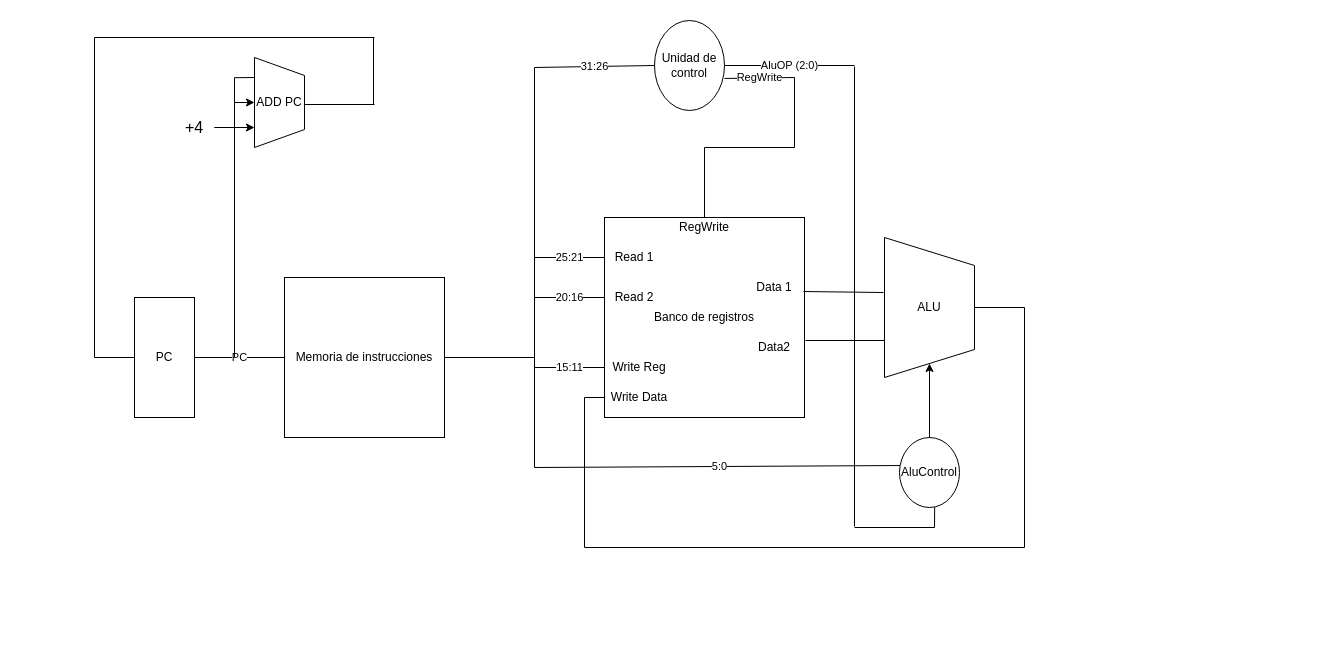
This is documentacion/drawio/Fase1(R no buffer).drawio from kwattt/MIPS-teams, a draw.io file, before an edit. Source tidied: cells renumbered, new cells numbered last; positions are measured from the earlier drawing's top-left corner, leaving out a move shared by most shapes. Both pictures are drawn from the tidied source at 100%, with x=0, y=0 at pixel (94, 20).
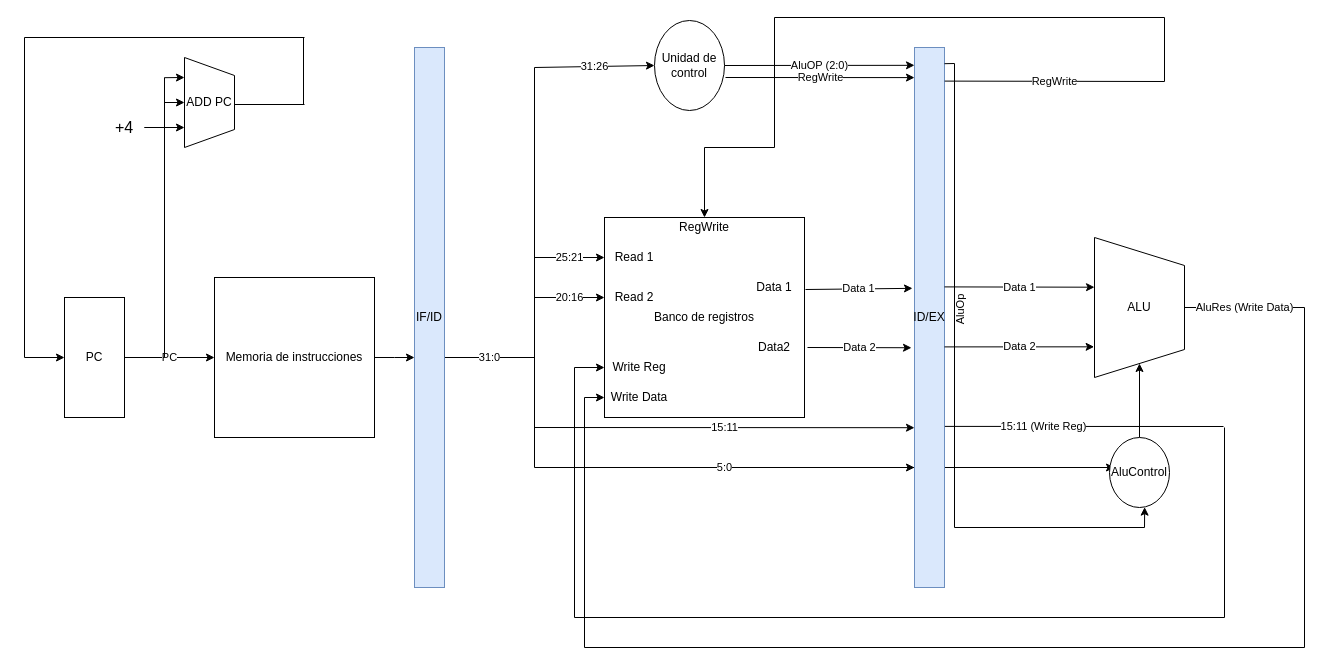
The same page after the edit.

Commit message (it also covers changes not shown here):
fase 1 buffer

Unchanged cells that the change refers to:
```xml
<mxCell id="18" value="Banco de registros" style="whiteSpace=wrap;html=1;" parent="1" vertex="1">
  <mxGeometry x="510" y="197" width="200" height="200" as="geometry" />
</mxCell>
<mxCell id="21" value="RegWrite" style="text;html=1;strokeColor=none;fillColor=none;align=center;verticalAlign=middle;whiteSpace=wrap;rounded=0;" parent="1" vertex="1">
  <mxGeometry x="590" y="197" width="40" height="20" as="geometry" />
</mxCell>
<mxCell id="22" value="Unidad de control" style="ellipse;whiteSpace=wrap;html=1;direction=south;" parent="1" vertex="1">
  <mxGeometry x="560" width="70" height="90" as="geometry" />
</mxCell>
<mxCell id="40" value="Write Data" style="text;html=1;strokeColor=none;fillColor=none;align=center;verticalAlign=middle;whiteSpace=wrap;rounded=0;" parent="1" vertex="1">
  <mxGeometry x="510" y="367" width="70" height="20" as="geometry" />
</mxCell>
<mxCell id="41" value="Write Reg" style="text;html=1;strokeColor=none;fillColor=none;align=center;verticalAlign=middle;whiteSpace=wrap;rounded=0;" parent="1" vertex="1">
  <mxGeometry x="510" y="337" width="70" height="20" as="geometry" />
</mxCell>
```

What changed in the source:
```diff
@@
+    <mxCell id="51" style="endArrow=classic;html=1;exitX=0.776;exitY=1.167;exitDx=0;exitDy=0;exitPerimeter=0;" parent="1" edge="1">
+      <mxGeometry relative="1" as="geometry">
+        <mxPoint x="815" y="447" as="sourcePoint" />
+        <mxPoint x="1020" y="447" as="targetPoint" />
+      </mxGeometry>
+    </mxCell>
     <mxCell id="2" value="PC" style="rounded=0;whiteSpace=wrap;html=1;direction=south;" parent="1" vertex="1">
-      <mxGeometry x="40" y="277" width="60" height="120" as="geometry" />
+      <mxGeometry x="-30" y="277" width="60" height="120" as="geometry" />
     </mxCell>
+    <mxCell id="52" style="edgeStyle=orthogonalEdgeStyle;rounded=0;jettySize=auto;html=1;" parent="1" edge="1" source="3">
+      <mxGeometry relative="1" as="geometry">
+        <mxPoint x="320" y="337" as="targetPoint" />
+      </mxGeometry>
+    </mxCell>
     <mxCell id="3" value="Memoria de instrucciones" style="whiteSpace=wrap;html=1;" parent="1" vertex="1">
-      <mxGeometry x="190" y="257" width="160" height="160" as="geometry" />
+      <mxGeometry x="120" y="257" width="160" height="160" as="geometry" />
     </mxCell>
-    <mxCell id="4" value="PC" style="endArrow=none;html=1;entryX=0;entryY=0.5;entryDx=0;entryDy=0;" parent="1" edge="1" source="2" target="3">
+    <mxCell id="4" value="PC" style="endArrow=classic;html=1;entryX=0;entryY=0.5;entryDx=0;entryDy=0;" parent="1" edge="1" source="2" target="3">
       <mxGeometry relative="1" as="geometry" />
     </mxCell>
     <mxCell id="5" style="endArrow=none;html=1;" parent="1" edge="1">
       <mxGeometry relative="1" as="geometry">
-        <mxPoint x="140" y="337" as="sourcePoint" />
-        <mxPoint x="140" y="157" as="targetPoint" />
+        <mxPoint x="70" y="337" as="sourcePoint" />
+        <mxPoint x="70" y="157" as="targetPoint" />
       </mxGeometry>
     </mxCell>
-    <mxCell id="6" style="endArrow=none;html=1;entryX=0;entryY=0.25;entryDx=0;entryDy=0;" parent="1" edge="1">
+    <mxCell id="6" style="endArrow=classic;html=1;entryX=0;entryY=0.25;entryDx=0;entryDy=0;" parent="1" edge="1">
       <mxGeometry relative="1" as="geometry">
-        <mxPoint x="140" y="57.2" as="sourcePoint" />
-        <mxPoint x="160" y="57" as="targetPoint" />
+        <mxPoint x="70" y="57.2" as="sourcePoint" />
+        <mxPoint x="90" y="57" as="targetPoint" />
       </mxGeometry>
     </mxCell>
     <mxCell id="7" style="endArrow=none;html=1;" parent="1" edge="1">
       <mxGeometry relative="1" as="geometry">
-        <mxPoint x="140" y="57" as="sourcePoint" />
-        <mxPoint x="140" y="159" as="targetPoint" />
+        <mxPoint x="70" y="57" as="sourcePoint" />
+        <mxPoint x="70" y="159" as="targetPoint" />
       </mxGeometry>
     </mxCell>
     <mxCell id="8" style="endArrow=none;html=1;entryX=0.5;entryY=0;entryDx=0;entryDy=0;" parent="1" edge="1">
       <mxGeometry relative="1" as="geometry">
-        <mxPoint x="280" y="84" as="sourcePoint" />
-        <mxPoint x="210" y="84" as="targetPoint" />
+        <mxPoint x="210" y="84" as="sourcePoint" />
+        <mxPoint x="140" y="84" as="targetPoint" />
       </mxGeometry>
     </mxCell>
-    <mxCell id="9" style="endArrow=none;html=1;exitX=0.5;exitY=1;exitDx=0;exitDy=0;" parent="1" edge="1" source="2">
+    <mxCell id="9" style="endArrow=classic;html=1;exitX=0.5;exitY=1;exitDx=0;exitDy=0;entryX=0.5;entryY=1;entryDx=0;entryDy=0;" parent="1" edge="1" target="2">
       <mxGeometry relative="1" as="geometry">
-        <mxPoint y="337" as="targetPoint" />
+        <mxPoint x="-70" y="337" as="sourcePoint" />
       </mxGeometry>
     </mxCell>
     <mxCell id="10" style="endArrow=none;html=1;" parent="1" edge="1">
       <mxGeometry relative="1" as="geometry">
-        <mxPoint y="337" as="sourcePoint" />
-        <mxPoint y="17" as="targetPoint" />
+        <mxPoint x="-70" y="337" as="sourcePoint" />
+        <mxPoint x="-70" y="17" as="targetPoint" />
       </mxGeometry>
     </mxCell>
     <mxCell id="11" style="endArrow=none;html=1;" parent="1" edge="1">
       <mxGeometry relative="1" as="geometry">
-        <mxPoint x="280" y="17" as="sourcePoint" />
-        <mxPoint y="17" as="targetPoint" />
+        <mxPoint x="210" y="17" as="sourcePoint" />
+        <mxPoint x="-70" y="17" as="targetPoint" />
       </mxGeometry>
     </mxCell>
     <mxCell id="12" style="endArrow=none;html=1;" parent="1" edge="1">
       <mxGeometry relative="1" as="geometry">
-        <mxPoint x="279" y="17" as="sourcePoint" />
-        <mxPoint x="279" y="84" as="targetPoint" />
+        <mxPoint x="209" y="17" as="sourcePoint" />
+        <mxPoint x="209" y="84" as="targetPoint" />
       </mxGeometry>
     </mxCell>
-    <mxCell id="13" style="endArrow=none;html=1;exitX=1;exitY=0.5;exitDx=0;exitDy=0;" parent="1" edge="1" source="3">
+    <mxCell id="13" value="31:0" style="endArrow=none;html=1;" parent="1" edge="1">
       <mxGeometry relative="1" as="geometry">
+        <mxPoint x="350" y="337" as="sourcePoint" />
         <mxPoint x="440" y="337" as="targetPoint" />
       </mxGeometry>
     </mxCell>
@@
-    <mxCell id="15" value="25:21" style="endArrow=none;html=1;" parent="1" edge="1">
+    <mxCell id="15" value="25:21" style="endArrow=classic;html=1;" parent="1" edge="1">
       <mxGeometry relative="1" as="geometry">
         <mxPoint x="440" y="237" as="sourcePoint" />
         <mxPoint x="510" y="237" as="targetPoint" />
       </mxGeometry>
     </mxCell>
-    <mxCell id="16" value="20:16" style="endArrow=none;html=1;" parent="1" edge="1">
+    <mxCell id="16" value="20:16" style="endArrow=classic;html=1;" parent="1" edge="1">
       <mxGeometry relative="1" as="geometry">
         <mxPoint x="440" y="277" as="sourcePoint" />
         <mxPoint x="510" y="277" as="targetPoint" />
       </mxGeometry>
     </mxCell>
-    <mxCell id="17" value="5:0" style="endArrow=none;html=1;entryX=0.4;entryY=0.917;entryDx=0;entryDy=0;entryPerimeter=0;" parent="1" edge="1" target="35">
-      <mxGeometry relative="1" as="geometry">
-        <mxPoint x="440" y="447" as="sourcePoint" />
-      </mxGeometry>
-    </mxCell>
@@
-    <mxCell id="23" value="31:26" style="endArrow=none;html=1;exitX=0.5;exitY=1;exitDx=0;exitDy=0;" parent="1" edge="1" source="22">
+    <mxCell id="23" value="31:26" style="endArrow=classic;html=1;exitX=0.5;exitY=1;exitDx=0;exitDy=0;entryX=0.5;entryY=1;entryDx=0;entryDy=0;" parent="1" edge="1" target="22">
       <mxGeometry relative="1" as="geometry">
-        <mxPoint x="440" y="47" as="targetPoint" />
+        <mxPoint x="440" y="47" as="sourcePoint" />
       </mxGeometry>
     </mxCell>
-    <mxCell id="24" style="endArrow=none;html=1;exitX=0.5;exitY=0;exitDx=0;exitDy=0;" parent="1" edge="1" source="21">
+    <mxCell id="24" style="endArrow=classic;html=1;exitX=0.5;exitY=0;exitDx=0;exitDy=0;entryX=0.5;entryY=0;entryDx=0;entryDy=0;" parent="1" edge="1" target="21">
       <mxGeometry relative="1" as="geometry">
-        <mxPoint x="610" y="127" as="targetPoint" />
+        <mxPoint x="610" y="127" as="sourcePoint" />
       </mxGeometry>
     </mxCell>
     <mxCell id="25" style="endArrow=none;html=1;" parent="1" edge="1">
       <mxGeometry relative="1" as="geometry">
         <mxPoint x="610" y="127" as="sourcePoint" />
-        <mxPoint x="700" y="127" as="targetPoint" />
+        <mxPoint x="680" y="127" as="targetPoint" />
       </mxGeometry>
     </mxCell>
-    <mxCell id="26" style="endArrow=none;html=1;" parent="1" edge="1">
-      <mxGeometry relative="1" as="geometry">
-        <mxPoint x="700" y="127" as="sourcePoint" />
-        <mxPoint x="700" y="57" as="targetPoint" />
-      </mxGeometry>
-    </mxCell>
-    <mxCell id="27" value="RegWrite" style="endArrow=none;html=1;entryX=0.644;entryY=0;entryDx=0;entryDy=0;entryPerimeter=0;" parent="1" edge="1" target="22">
+    <mxCell id="27" value="RegWrite" style="endArrow=classic;html=1;exitX=0.611;exitY=-0.014;exitDx=0;exitDy=0;exitPerimeter=0;entryX=0.052;entryY=1;entryDx=0;entryDy=0;entryPerimeter=0;" parent="1" edge="1">
       <mxGeometry relative="1" as="geometry">
-        <mxPoint x="700" y="57" as="sourcePoint" />
+        <mxPoint x="631" y="57" as="sourcePoint" />
+        <mxPoint x="820" y="57.1" as="targetPoint" />
       </mxGeometry>
     </mxCell>
-    <mxCell id="28" value="AluOP (2:0)" style="endArrow=none;html=1;exitX=0.5;exitY=0;exitDx=0;exitDy=0;" parent="1" edge="1" source="22">
-      <mxGeometry relative="1" as="geometry">
-        <mxPoint x="760" y="45" as="targetPoint" />
-      </mxGeometry>
+    <mxCell id="28" value="AluOP (2:0)" style="endArrow=classic;html=1;exitX=0.5;exitY=0;exitDx=0;exitDy=0;entryX=0.033;entryY=1;entryDx=0;entryDy=0;entryPerimeter=0;" parent="1" edge="1" source="22" target="55">
+      <mxGeometry relative="1" as="geometry" />
     </mxCell>
+    <mxCell id="53" value="AluRes (Write Data)" style="edgeStyle=orthogonalEdgeStyle;rounded=1;jettySize=auto;html=1;exitX=0.5;exitY=0;exitDx=0;exitDy=0;endArrow=none;" parent="1" edge="1" source="29">
+      <mxGeometry relative="1" as="geometry">
+        <mxPoint x="1210" y="287" as="targetPoint" />
+      </mxGeometry>
+    </mxCell>
     <mxCell id="29" value="ALU" style="shape=trapezoid;perimeter=trapezoidPerimeter;whiteSpace=wrap;html=1;direction=south;" parent="1" vertex="1">
-      <mxGeometry x="790" y="217" width="90" height="140" as="geometry" />
+      <mxGeometry x="1000" y="217" width="90" height="140" as="geometry" />
     </mxCell>
@@
-    <mxCell id="32" style="endArrow=none;html=1;exitX=0.995;exitY=0.37;exitDx=0;exitDy=0;exitPerimeter=0;entryX=0.393;entryY=1.011;entryDx=0;entryDy=0;entryPerimeter=0;" parent="1" edge="1" source="18" target="29">
-      <mxGeometry relative="1" as="geometry" />
-    </mxCell>
-    <mxCell id="33" style="endArrow=none;html=1;entryX=1.005;entryY=0.615;entryDx=0;entryDy=0;entryPerimeter=0;" parent="1" edge="1" target="18">
-      <mxGeometry relative="1" as="geometry">
-        <mxPoint x="790" y="320" as="sourcePoint" />
-      </mxGeometry>
-    </mxCell>
@@
     <mxCell id="35" value="AluControl" style="ellipse;whiteSpace=wrap;html=1;direction=south;" parent="1" vertex="1">
-      <mxGeometry x="805" y="417" width="60" height="70" as="geometry" />
+      <mxGeometry x="1015" y="417" width="60" height="70" as="geometry" />
     </mxCell>
-    <mxCell id="36" style="endArrow=none;html=1;" parent="1" edge="1">
+    <mxCell id="36" value="AluOp" style="endArrow=none;verticalAlign=top;fontStyle=0;align=center;horizontal=0;spacingBottom=5;spacingTop=6;labelBackgroundColor=none;" parent="1" edge="1">
       <mxGeometry relative="1" as="geometry">
-        <mxPoint x="760" y="506" as="sourcePoint" />
-        <mxPoint x="760" y="46" as="targetPoint" />
+        <mxPoint x="860" y="507" as="sourcePoint" />
+        <mxPoint x="860" y="43" as="targetPoint" />
       </mxGeometry>
     </mxCell>
     <mxCell id="37" style="endArrow=none;html=1;" parent="1" edge="1">
       <mxGeometry relative="1" as="geometry">
-        <mxPoint x="760" y="507" as="sourcePoint" />
-        <mxPoint x="840" y="507" as="targetPoint" />
+        <mxPoint x="860" y="507" as="sourcePoint" />
+        <mxPoint x="1050" y="507" as="targetPoint" />
       </mxGeometry>
     </mxCell>
-    <mxCell id="38" style="endArrow=none;html=1;exitX=0.995;exitY=0.414;exitDx=0;exitDy=0;exitPerimeter=0;" parent="1" edge="1" source="35">
+    <mxCell id="38" style="endArrow=classic;html=1;exitX=0.995;exitY=0.414;exitDx=0;exitDy=0;exitPerimeter=0;entryX=0.995;entryY=0.414;entryDx=0;entryDy=0;entryPerimeter=0;" parent="1" edge="1" target="35">
       <mxGeometry relative="1" as="geometry">
-        <mxPoint x="840" y="507" as="targetPoint" />
+        <mxPoint x="1050" y="507" as="sourcePoint" />
       </mxGeometry>
     </mxCell>
-    <mxCell id="39" style="endArrow=none;html=1;exitX=0.5;exitY=0;exitDx=0;exitDy=0;" parent="1" edge="1" source="29">
-      <mxGeometry relative="1" as="geometry">
-        <mxPoint x="930" y="287" as="targetPoint" />
-      </mxGeometry>
-    </mxCell>
@@
-    <mxCell id="42" value="15:11" style="endArrow=none;html=1;exitX=0;exitY=0.5;exitDx=0;exitDy=0;" parent="1" edge="1" source="41">
+    <mxCell id="42" value="15:11" style="endArrow=classic;html=1;exitX=0;exitY=0.5;exitDx=0;exitDy=0;entryX=0.717;entryY=1;entryDx=0;entryDy=0;entryPerimeter=0;" parent="1" edge="1">
       <mxGeometry relative="1" as="geometry">
-        <mxPoint x="440" y="347" as="targetPoint" />
+        <mxPoint x="440" y="407" as="sourcePoint" />
+        <mxPoint x="820" y="407.2" as="targetPoint" />
       </mxGeometry>
     </mxCell>
-    <mxCell id="43" style="endArrow=none;html=1;" parent="1" edge="1">
-      <mxGeometry relative="1" as="geometry">
-        <mxPoint x="930" y="287" as="sourcePoint" />
-        <mxPoint x="930" y="527" as="targetPoint" />
-      </mxGeometry>
-    </mxCell>
-    <mxCell id="44" style="endArrow=none;html=1;" parent="1" edge="1">
-      <mxGeometry relative="1" as="geometry">
-        <mxPoint x="930" y="527" as="sourcePoint" />
-        <mxPoint x="490" y="527" as="targetPoint" />
-      </mxGeometry>
-    </mxCell>
     <mxCell id="45" style="endArrow=none;html=1;" parent="1" edge="1">
       <mxGeometry relative="1" as="geometry">
-        <mxPoint x="490" y="527" as="sourcePoint" />
+        <mxPoint x="490" y="627" as="sourcePoint" />
         <mxPoint x="490" y="377" as="targetPoint" />
       </mxGeometry>
     </mxCell>
-    <mxCell id="46" style="endArrow=none;html=1;entryX=0;entryY=0.5;entryDx=0;entryDy=0;" parent="1" edge="1" target="40">
+    <mxCell id="46" style="endArrow=classic;html=1;entryX=0;entryY=0.5;entryDx=0;entryDy=0;" parent="1" edge="1" target="40">
       <mxGeometry relative="1" as="geometry">
         <mxPoint x="490" y="377" as="sourcePoint" />
       </mxGeometry>
     </mxCell>
     <mxCell id="47" value="ADD PC" style="shape=trapezoid;perimeter=trapezoidPerimeter;whiteSpace=wrap;html=1;direction=south;" parent="1" vertex="1">
-      <mxGeometry x="160" y="37" width="50" height="90" as="geometry" />
+      <mxGeometry x="90" y="37" width="50" height="90" as="geometry" />
     </mxCell>
     <mxCell id="48" style="endArrow=classic;html=1;" parent="1" edge="1" source="50">
       <mxGeometry relative="1" as="geometry">
-        <mxPoint x="160" y="107" as="targetPoint" />
+        <mxPoint x="90" y="107" as="targetPoint" />
       </mxGeometry>
     </mxCell>
@@
     <mxCell id="50" value="&lt;font style=&quot;font-size: 16px&quot;&gt;+4&lt;/font&gt;" style="text;html=1;strokeColor=none;fillColor=none;align=center;verticalAlign=middle;whiteSpace=wrap;rounded=0;" parent="1" vertex="1">
-      <mxGeometry x="80" y="97" width="40" height="20" as="geometry" />
+      <mxGeometry x="10" y="97" width="40" height="20" as="geometry" />
     </mxCell>
+    <mxCell id="54" value="IF/ID" style="rounded=0;whiteSpace=wrap;html=1;direction=south;fillColor=#dae8fc;strokeColor=#6c8ebf;" parent="1" vertex="1">
+      <mxGeometry x="320" y="27" width="30" height="540" as="geometry" />
+    </mxCell>
+    <mxCell id="55" value="ID/EX" style="rounded=0;whiteSpace=wrap;html=1;direction=south;fillColor=#dae8fc;strokeColor=#6c8ebf;" parent="1" vertex="1">
+      <mxGeometry x="820" y="27" width="30" height="540" as="geometry" />
+    </mxCell>
+    <mxCell id="56" style="endArrow=none;html=1;exitX=0.03;exitY=0;exitDx=0;exitDy=0;exitPerimeter=0;" parent="1" edge="1" source="55">
+      <mxGeometry relative="1" as="geometry">
+        <mxPoint x="860" y="43" as="targetPoint" />
+      </mxGeometry>
+    </mxCell>
+    <mxCell id="57" value="Data 1" style="endArrow=classic;html=1;exitX=1.005;exitY=0.36;exitDx=0;exitDy=0;exitPerimeter=0;entryX=0.446;entryY=1.067;entryDx=0;entryDy=0;entryPerimeter=0;" parent="1" edge="1" source="18" target="55">
+      <mxGeometry relative="1" as="geometry" />
+    </mxCell>
+    <mxCell id="58" value="Data 2" style="endArrow=classic;html=1;exitX=1.015;exitY=0.65;exitDx=0;exitDy=0;exitPerimeter=0;entryX=0.556;entryY=1.1;entryDx=0;entryDy=0;entryPerimeter=0;" parent="1" edge="1" source="18" target="55">
+      <mxGeometry relative="1" as="geometry" />
+    </mxCell>
+    <mxCell id="17" value="5:0" style="endArrow=classic;html=1;" parent="1" edge="1">
+      <mxGeometry relative="1" as="geometry">
+        <mxPoint x="440" y="447" as="sourcePoint" />
+        <mxPoint x="820" y="447" as="targetPoint" />
+      </mxGeometry>
+    </mxCell>
+    <mxCell id="59" value="Data 2" style="endArrow=classic;html=1;exitX=1.015;exitY=0.65;exitDx=0;exitDy=0;exitPerimeter=0;entryX=0.781;entryY=1.004;entryDx=0;entryDy=0;entryPerimeter=0;" parent="1" edge="1" target="29">
+      <mxGeometry relative="1" as="geometry">
+        <mxPoint x="850" y="326.4" as="sourcePoint" />
+      </mxGeometry>
+    </mxCell>
+    <mxCell id="60" value="Data 1" style="endArrow=classic;html=1;exitX=1.015;exitY=0.65;exitDx=0;exitDy=0;exitPerimeter=0;entryX=0.355;entryY=1;entryDx=0;entryDy=0;entryPerimeter=0;" parent="1" edge="1" target="29">
+      <mxGeometry relative="1" as="geometry">
+        <mxPoint x="850" y="266.4" as="sourcePoint" />
+      </mxGeometry>
+    </mxCell>
+    <mxCell id="61" value="15:11 (Write Reg)" style="endArrow=none;html=1;exitX=0.722;exitY=-0.047;exitDx=0;exitDy=0;exitPerimeter=0;spacing=5;spacingTop=0;spacingRight=80;" parent="1" edge="1">
+      <mxGeometry relative="1" as="geometry">
+        <mxPoint x="850.4" y="405.9" as="sourcePoint" />
+        <mxPoint x="1129" y="406" as="targetPoint" />
+      </mxGeometry>
+    </mxCell>
+    <mxCell id="62" value="RegWrite" style="endArrow=none;html=1;exitX=0.064;exitY=-0.008;exitDx=0;exitDy=0;exitPerimeter=0;" parent="1" edge="1">
+      <mxGeometry relative="1" as="geometry">
+        <mxPoint x="850.2" y="60.6" as="sourcePoint" />
+        <mxPoint x="1070" y="61" as="targetPoint" />
+      </mxGeometry>
+    </mxCell>
+    <mxCell id="63" style="endArrow=classic;html=1;labelBackgroundColor=#ffffff;align=center;exitX=0;exitY=0.5;exitDx=0;exitDy=0;entryX=0;entryY=0.5;entryDx=0;entryDy=0;" parent="1" edge="1" target="41">
+      <mxGeometry relative="1" as="geometry">
+        <mxPoint x="480" y="347" as="sourcePoint" />
+      </mxGeometry>
+    </mxCell>
+    <mxCell id="64" style="endArrow=none;html=1;labelBackgroundColor=none;align=center;" parent="1" edge="1">
+      <mxGeometry relative="1" as="geometry">
+        <mxPoint x="480" y="347" as="sourcePoint" />
+        <mxPoint x="480" y="597" as="targetPoint" />
+      </mxGeometry>
+    </mxCell>
+    <mxCell id="65" style="endArrow=none;html=1;labelBackgroundColor=none;align=center;" parent="1" edge="1">
+      <mxGeometry relative="1" as="geometry">
+        <mxPoint x="1070" y="61" as="sourcePoint" />
+        <mxPoint x="1070" y="-3" as="targetPoint" />
+      </mxGeometry>
+    </mxCell>
+    <mxCell id="66" style="endArrow=none;html=1;labelBackgroundColor=none;align=center;" parent="1" edge="1">
+      <mxGeometry relative="1" as="geometry">
+        <mxPoint x="1070" y="-3" as="sourcePoint" />
+        <mxPoint x="680" y="-3" as="targetPoint" />
+      </mxGeometry>
+    </mxCell>
+    <mxCell id="67" style="endArrow=none;html=1;labelBackgroundColor=none;align=center;" parent="1" edge="1">
+      <mxGeometry relative="1" as="geometry">
+        <mxPoint x="680" y="-3" as="sourcePoint" />
+        <mxPoint x="680" y="127" as="targetPoint" />
+      </mxGeometry>
+    </mxCell>
+    <mxCell id="68" style="endArrow=none;html=1;labelBackgroundColor=none;align=center;" parent="1" edge="1">
+      <mxGeometry relative="1" as="geometry">
+        <mxPoint x="1130" y="407" as="sourcePoint" />
+        <mxPoint x="1130" y="597" as="targetPoint" />
+      </mxGeometry>
+    </mxCell>
+    <mxCell id="69" style="endArrow=none;html=1;labelBackgroundColor=none;align=center;" parent="1" edge="1">
+      <mxGeometry relative="1" as="geometry">
+        <mxPoint x="1130" y="597" as="sourcePoint" />
+        <mxPoint x="480" y="597" as="targetPoint" />
+      </mxGeometry>
+    </mxCell>
+    <mxCell id="70" style="endArrow=none;html=1;labelBackgroundColor=none;align=center;" parent="1" edge="1">
+      <mxGeometry relative="1" as="geometry">
+        <mxPoint x="1210" y="287" as="sourcePoint" />
+        <mxPoint x="1210" y="627" as="targetPoint" />
+      </mxGeometry>
+    </mxCell>
+    <mxCell id="71" style="endArrow=none;html=1;labelBackgroundColor=none;align=center;" parent="1" edge="1">
+      <mxGeometry relative="1" as="geometry">
+        <mxPoint x="490" y="627" as="sourcePoint" />
+        <mxPoint x="1210" y="627" as="targetPoint" />
+      </mxGeometry>
+    </mxCell>
```
